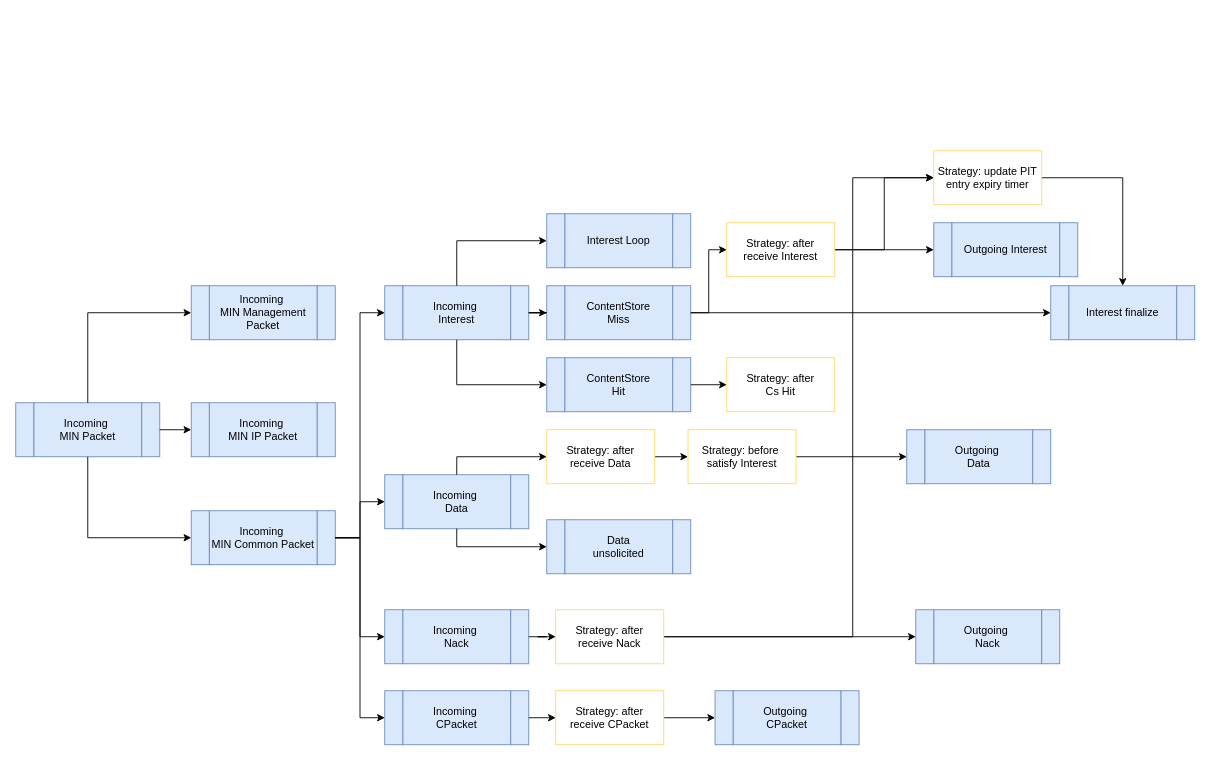
linlih/mir-go keeps this draw.io diagram as docs/Forwarder转发管道图.drawio. Above is the earlier version. Source tidied: cells renumbered, new cells numbered last; positions are measured from the earlier drawing's top-left corner, leaving out a move shared by most shapes. Both pictures are drawn from the tidied source at 90%, with x=0, y=0 at pixel (15, 150).
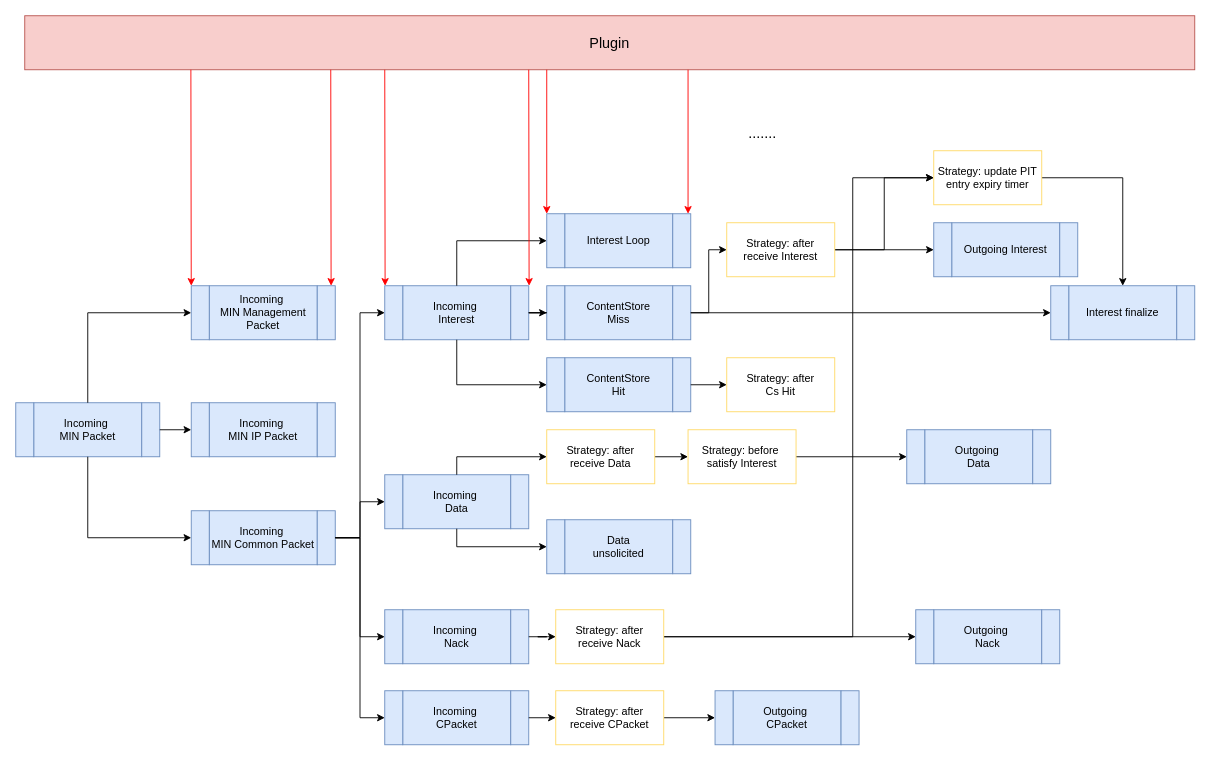
Above is the later version.

The change refers to these unchanged cells:
```xml
<mxCell id="8" style="rounded=0;whiteSpace=wrap;html=1;fillColor=#dae8fc;strokeColor=#6c8ebf;" parent="6" vertex="1">
  <mxGeometry width="20" height="60" as="geometry" />
</mxCell>
```

The edit, as a diff of the source:
```diff
@@
+    <mxCell id="102" value="Plugin" style="rounded=0;whiteSpace=wrap;html=1;fontSize=16;fillColor=#f8cecc;strokeColor=#b85450;" parent="1" vertex="1">
+      <mxGeometry x="10" y="-150" width="1300" height="60" as="geometry" />
+    </mxCell>
+    <mxCell id="103" style="endArrow=classic;html=1;fontSize=16;entryX=0;entryY=0;entryDx=0;entryDy=0;exitX=0.142;exitY=1;exitDx=0;exitDy=0;exitPerimeter=0;strokeColor=#FF0000;" parent="1" edge="1" source="102" target="8">
+      <mxGeometry relative="1" as="geometry" />
+    </mxCell>
+    <mxCell id="104" style="endArrow=classic;html=1;fontSize=16;entryX=0;entryY=0;entryDx=0;entryDy=0;exitX=0.142;exitY=1;exitDx=0;exitDy=0;exitPerimeter=0;strokeColor=#FF0000;" parent="1" edge="1">
+      <mxGeometry relative="1" as="geometry">
+        <mxPoint x="350" y="-90" as="sourcePoint" />
+        <mxPoint x="350.4" y="150" as="targetPoint" />
+      </mxGeometry>
+    </mxCell>
+    <mxCell id="105" style="endArrow=classic;html=1;fontSize=16;entryX=0;entryY=0;entryDx=0;entryDy=0;exitX=0.142;exitY=1;exitDx=0;exitDy=0;exitPerimeter=0;strokeColor=#FF0000;" parent="1" edge="1">
+      <mxGeometry relative="1" as="geometry">
+        <mxPoint x="410" y="-90" as="sourcePoint" />
+        <mxPoint x="410.4" y="150" as="targetPoint" />
+      </mxGeometry>
+    </mxCell>
+    <mxCell id="106" style="endArrow=classic;html=1;fontSize=16;entryX=0;entryY=0;entryDx=0;entryDy=0;exitX=0.142;exitY=1;exitDx=0;exitDy=0;exitPerimeter=0;strokeColor=#FF0000;" parent="1" edge="1">
+      <mxGeometry relative="1" as="geometry">
+        <mxPoint x="570" y="-90" as="sourcePoint" />
+        <mxPoint x="570.4" y="150" as="targetPoint" />
+      </mxGeometry>
+    </mxCell>
+    <mxCell id="107" style="endArrow=classic;html=1;fontSize=16;exitX=0.142;exitY=1;exitDx=0;exitDy=0;exitPerimeter=0;strokeColor=#FF0000;" parent="1" edge="1">
+      <mxGeometry relative="1" as="geometry">
+        <mxPoint x="590" y="-90" as="sourcePoint" />
+        <mxPoint x="590" y="70" as="targetPoint" />
+      </mxGeometry>
+    </mxCell>
+    <mxCell id="108" style="endArrow=classic;html=1;fontSize=16;exitX=0.142;exitY=1;exitDx=0;exitDy=0;exitPerimeter=0;strokeColor=#FF0000;" parent="1" edge="1">
+      <mxGeometry relative="1" as="geometry">
+        <mxPoint x="747" y="-90" as="sourcePoint" />
+        <mxPoint x="747" y="70" as="targetPoint" />
+      </mxGeometry>
+    </mxCell>
+    <mxCell id="109" value="......." style="text;html=1;strokeColor=none;fillColor=none;align=center;verticalAlign=middle;whiteSpace=wrap;rounded=0;fontSize=16;" parent="1" vertex="1">
+      <mxGeometry x="810" y="-30" width="40" height="20" as="geometry" />
+    </mxCell>
```
